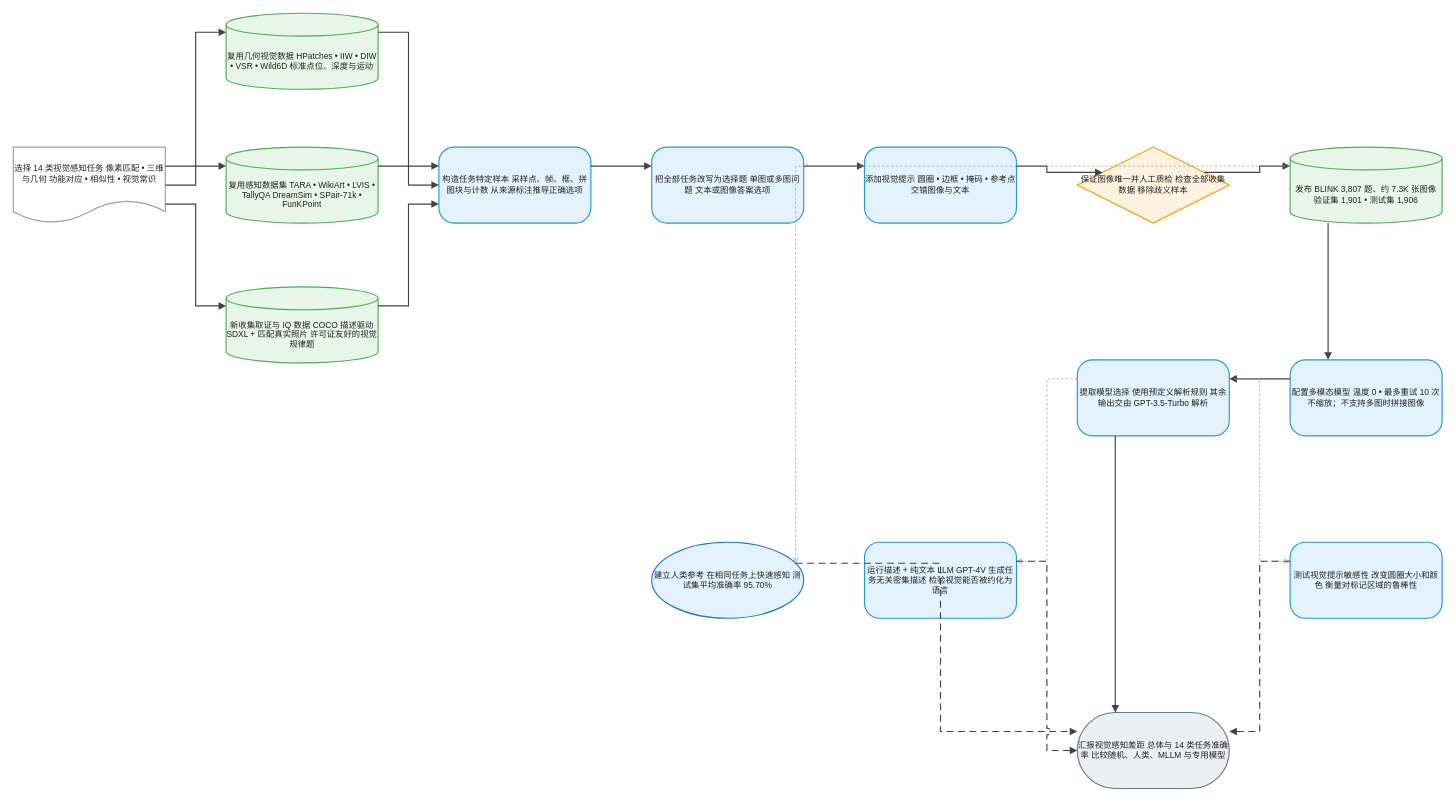
Earlier version of the draw.io diagram client/public/drawio/BLINK/BLINK.zh.drawio (joe1chief/benchmark-hub). Source tidied: cells renumbered, new cells numbered last; positions are measured from the earlier drawing's top-left corner, leaving out a move shared by most shapes. Both pictures are drawn from the tidied source at 76%, with x=0, y=0 at pixel (13, 13).
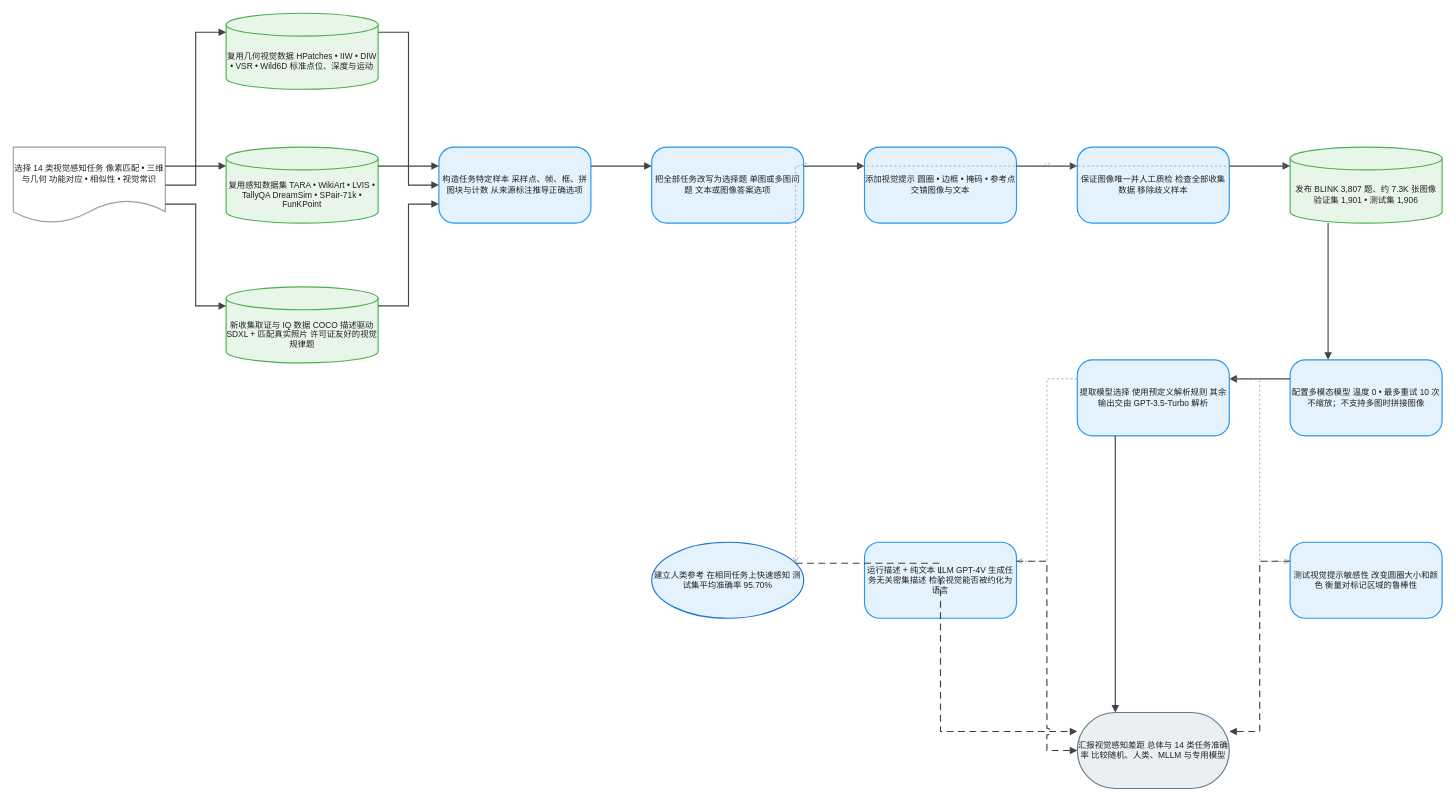
Above is the later version.

The edit, as a diff of the source:
```diff
@@
-    <mxCell id="9" value="保证图像唯一并人工质检 检查全部收集数据 移除歧义样本" style="rhombus;html=1;whiteSpace=wrap;fillColor=#FFF3E0;strokeColor=#FF9800;strokeWidth=1.5;fontColor=#212121;fontSize=11;fontFamily=Arial, Helvetica, sans-serif;verticalAlign=middle;align=center;" parent="1" vertex="1">
+    <mxCell id="9" value="保证图像唯一并人工质检 检查全部收集数据 移除歧义样本" style="rounded=1;arcSize=20;html=1;whiteSpace=wrap;fillColor=#E3F2FD;strokeColor=#2196F3;strokeWidth=1.5;fontColor=#212121;fontSize=11;fontFamily=Arial, Helvetica, sans-serif;verticalAlign=middle;align=center;" parent="1" vertex="1">
       <mxGeometry x="1400" y="176" width="200" height="100" as="geometry" />
     </mxCell>
```
